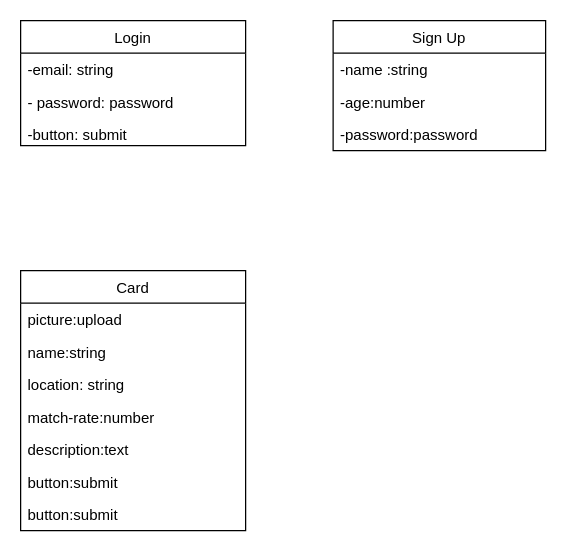
Above: Untitled Diagram.drawio in Charugoyal3/Recipe-Book (draw.io), before the change. Source tidied: cells renumbered, new cells numbered last; positions are measured from the earlier drawing's top-left corner, leaving out a move shared by most shapes. Both pictures are drawn from the tidied source at 125%, with x=0, y=0 at pixel (20, 20).
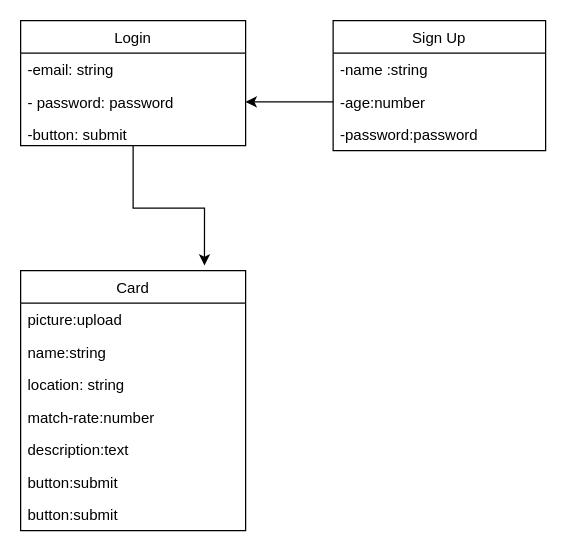
The same diagram, later.

Diff of the diagram source:
```diff
@@
 <mxGraphModel>
   <root>
     <mxCell id="0" />
     <mxCell id="1" parent="0" />
+    <mxCell id="18" style="edgeStyle=orthogonalEdgeStyle;rounded=0;jettySize=auto;html=1;entryX=0.817;entryY=-0.02;entryDx=0;entryDy=0;entryPerimeter=0;" parent="1" edge="1" source="2" target="10">
+      <mxGeometry relative="1" as="geometry" />
+    </mxCell>
     <mxCell id="2" value="Login" style="swimlane;fontStyle=0;horizontal=1;startSize=26;fillColor=none;" parent="1" vertex="1">
       <mxGeometry width="180" height="100" as="geometry" />
     </mxCell>
     <mxCell id="3" value="-email: string" style="text;strokeColor=none;fillColor=none;align=left;verticalAlign=top;spacingLeft=4;spacingRight=4;overflow=hidden;" parent="2" vertex="1">
       <mxGeometry y="26" width="180" height="26" as="geometry" />
     </mxCell>
     <mxCell id="4" value="- password: password" style="text;strokeColor=none;fillColor=none;align=left;verticalAlign=top;spacingLeft=4;spacingRight=4;overflow=hidden;points=[[0,0.5],[1,0.5]];portConstraint=eastwest;" parent="2" vertex="1">
       <mxGeometry y="52" width="180" height="26" as="geometry" />
     </mxCell>
     <mxCell id="5" value="-button: submit" style="text;strokeColor=none;fillColor=none;align=left;verticalAlign=top;spacingLeft=4;spacingRight=4;overflow=hidden;" parent="2" vertex="1">
       <mxGeometry y="78" width="180" height="22" as="geometry" />
     </mxCell>
     <mxCell id="6" value="Sign Up" style="swimlane;fontStyle=0;horizontal=1;startSize=26;fillColor=none;" parent="1" vertex="1">
       <mxGeometry x="250" width="170" height="104" as="geometry" />
     </mxCell>
     <mxCell id="7" value="-name :string" style="text;strokeColor=none;fillColor=none;align=left;verticalAlign=top;spacingLeft=4;spacingRight=4;overflow=hidden;" parent="6" vertex="1">
       <mxGeometry y="26" width="170" height="26" as="geometry" />
     </mxCell>
     <mxCell id="8" value="-age:number" style="text;strokeColor=none;fillColor=none;align=left;verticalAlign=top;spacingLeft=4;spacingRight=4;overflow=hidden;points=[[0,0.5],[1,0.5]];portConstraint=eastwest;" parent="6" vertex="1">
       <mxGeometry y="52" width="170" height="26" as="geometry" />
     </mxCell>
     <mxCell id="9" value="-password:password" style="text;strokeColor=none;fillColor=none;align=left;verticalAlign=top;spacingLeft=4;spacingRight=4;overflow=hidden;" parent="6" vertex="1">
       <mxGeometry y="78" width="170" height="26" as="geometry" />
     </mxCell>
     <mxCell id="10" value="Card" style="swimlane;fontStyle=0;horizontal=1;startSize=26;fillColor=none;" parent="1" vertex="1">
       <mxGeometry y="200" width="180" height="208" as="geometry" />
     </mxCell>
     <mxCell id="11" value="picture:upload" style="text;strokeColor=none;fillColor=none;align=left;verticalAlign=top;spacingLeft=4;spacingRight=4;overflow=hidden;" parent="10" vertex="1">
       <mxGeometry y="26" width="180" height="26" as="geometry" />
     </mxCell>
     <mxCell id="12" value="name:string" style="text;strokeColor=none;fillColor=none;align=left;verticalAlign=top;spacingLeft=4;spacingRight=4;overflow=hidden;" parent="10" vertex="1">
       <mxGeometry y="52" width="180" height="26" as="geometry" />
     </mxCell>
     <mxCell id="13" value="location: string" style="text;strokeColor=none;fillColor=none;align=left;verticalAlign=top;spacingLeft=4;spacingRight=4;overflow=hidden;" parent="10" vertex="1">
       <mxGeometry y="78" width="180" height="26" as="geometry" />
     </mxCell>
     <mxCell id="14" value="match-rate:number" style="text;strokeColor=none;fillColor=none;align=left;verticalAlign=top;spacingLeft=4;spacingRight=4;overflow=hidden;" parent="10" vertex="1">
       <mxGeometry y="104" width="180" height="26" as="geometry" />
     </mxCell>
     <mxCell id="15" value="description:text" style="text;strokeColor=none;fillColor=none;align=left;verticalAlign=top;spacingLeft=4;spacingRight=4;overflow=hidden;" parent="10" vertex="1">
       <mxGeometry y="130" width="180" height="26" as="geometry" />
     </mxCell>
     <mxCell id="16" value="button:submit" style="text;strokeColor=none;fillColor=none;align=left;verticalAlign=top;spacingLeft=4;spacingRight=4;overflow=hidden;" parent="10" vertex="1">
       <mxGeometry y="156" width="180" height="26" as="geometry" />
     </mxCell>
     <mxCell id="17" value="button:submit" style="text;strokeColor=none;fillColor=none;align=left;verticalAlign=top;spacingLeft=4;spacingRight=4;overflow=hidden;" parent="10" vertex="1">
       <mxGeometry y="182" width="180" height="26" as="geometry" />
     </mxCell>
+    <mxCell id="19" style="edgeStyle=orthogonalEdgeStyle;rounded=0;jettySize=auto;html=1;entryX=1;entryY=0.5;entryDx=0;entryDy=0;" parent="1" edge="1" source="8" target="4">
+      <mxGeometry relative="1" as="geometry" />
+    </mxCell>
   </root>
 </mxGraphModel>
```
